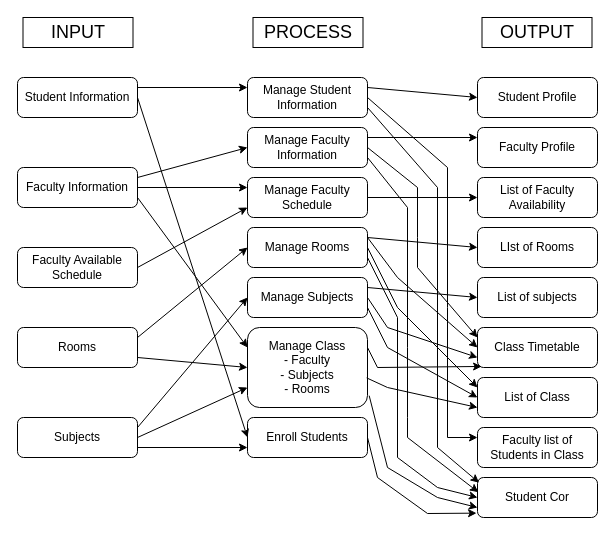
The draw.io diagram Conceptual frameswork Enrollment-Scheduling.drawio in gebeOCC/diagrams, before the edit. Source tidied: cells renumbered, new cells numbered last; positions are measured from the earlier drawing's top-left corner, leaving out a move shared by most shapes. Both pictures are drawn from the tidied source at 100%, with x=0, y=0 at pixel (17, 17).
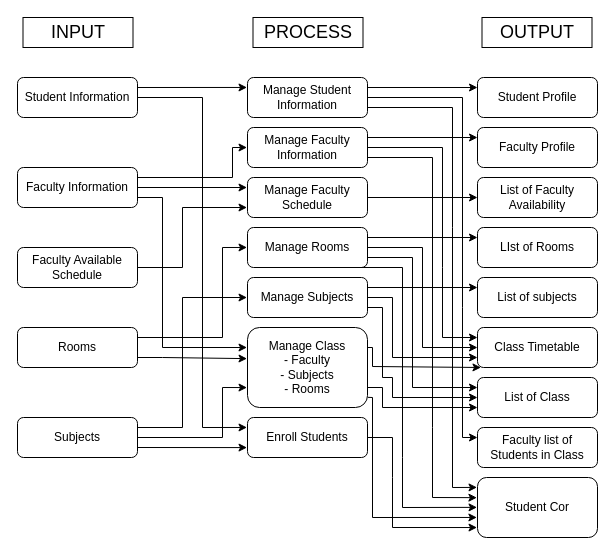
After the change.

The change refers to these unchanged cells:
```xml
<mxCell id="2" value="&lt;p align=&quot;center&quot; class=&quot;MsoNormal&quot;&gt;Student Information&lt;/p&gt;" style="rounded=1;whiteSpace=wrap;html=1;" parent="1" vertex="1">
  <mxGeometry y="60" width="120" height="40" as="geometry" />
</mxCell>
<mxCell id="3" value="&lt;p align=&quot;center&quot; class=&quot;MsoNormal&quot;&gt;Faculty Information&lt;/p&gt;" style="rounded=1;whiteSpace=wrap;html=1;" parent="1" vertex="1">
  <mxGeometry y="150" width="120" height="40" as="geometry" />
</mxCell>
<mxCell id="4" value="&lt;p align=&quot;center&quot; class=&quot;MsoNormal&quot;&gt;Subjects&lt;/p&gt;" style="rounded=1;whiteSpace=wrap;html=1;" parent="1" vertex="1">
  <mxGeometry y="400" width="120" height="40" as="geometry" />
</mxCell>
<mxCell id="5" value="&lt;p align=&quot;center&quot; class=&quot;MsoNormal&quot;&gt;Faculty Available Schedule&lt;/p&gt;" style="rounded=1;whiteSpace=wrap;html=1;" parent="1" vertex="1">
  <mxGeometry y="230" width="120" height="40" as="geometry" />
</mxCell>
<mxCell id="6" value="&lt;p align=&quot;center&quot; class=&quot;MsoNormal&quot;&gt;Rooms&lt;/p&gt;" style="rounded=1;whiteSpace=wrap;html=1;" parent="1" vertex="1">
  <mxGeometry y="310" width="120" height="40" as="geometry" />
</mxCell>
<mxCell id="7" value="&lt;p align=&quot;center&quot; class=&quot;MsoNormal&quot;&gt;Manage Student Information&lt;/p&gt;" style="rounded=1;whiteSpace=wrap;html=1;" parent="1" vertex="1">
  <mxGeometry x="230" y="60" width="120" height="40" as="geometry" />
</mxCell>
<mxCell id="8" value="&lt;p align=&quot;center&quot; class=&quot;MsoNormal&quot;&gt;Manage Faculty Information&lt;/p&gt;" style="rounded=1;whiteSpace=wrap;html=1;" parent="1" vertex="1">
  <mxGeometry x="230" y="110" width="120" height="40" as="geometry" />
</mxCell>
<mxCell id="9" value="&lt;p align=&quot;center&quot; class=&quot;MsoNormal&quot;&gt;Manage Faculty Schedule&lt;/p&gt;" style="rounded=1;whiteSpace=wrap;html=1;" parent="1" vertex="1">
  <mxGeometry x="230" y="160" width="120" height="40" as="geometry" />
</mxCell>
<mxCell id="10" value="&lt;p align=&quot;center&quot; class=&quot;MsoNormal&quot;&gt;Manage Class&lt;br&gt;- Faculty&lt;br&gt;- Subjects&lt;br&gt;- Rooms&lt;/p&gt;" style="rounded=1;whiteSpace=wrap;html=1;" parent="1" vertex="1">
  <mxGeometry x="230" y="310" width="120" height="80" as="geometry" />
</mxCell>
<mxCell id="11" value="&lt;p align=&quot;center&quot; class=&quot;MsoNormal&quot;&gt;Enroll Students&lt;/p&gt;" style="rounded=1;whiteSpace=wrap;html=1;" parent="1" vertex="1">
  <mxGeometry x="230" y="400" width="120" height="40" as="geometry" />
</mxCell>
<mxCell id="12" value="&lt;p align=&quot;center&quot; class=&quot;MsoNormal&quot;&gt;Manage Rooms&lt;/p&gt;" style="rounded=1;whiteSpace=wrap;html=1;" parent="1" vertex="1">
  <mxGeometry x="230" y="210" width="120" height="40" as="geometry" />
</mxCell>
<mxCell id="13" value="&lt;p align=&quot;center&quot; class=&quot;MsoNormal&quot;&gt;Manage Subjects&lt;/p&gt;" style="rounded=1;whiteSpace=wrap;html=1;" parent="1" vertex="1">
  <mxGeometry x="230" y="260" width="120" height="40" as="geometry" />
</mxCell>
<mxCell id="24" value="&lt;p align=&quot;center&quot; class=&quot;MsoNormal&quot;&gt;Student Profile&lt;/p&gt;" style="rounded=1;whiteSpace=wrap;html=1;" parent="1" vertex="1">
  <mxGeometry x="460" y="60" width="120" height="40" as="geometry" />
</mxCell>
<mxCell id="27" value="&lt;p align=&quot;center&quot; class=&quot;MsoNormal&quot;&gt;LIst of Rooms&lt;/p&gt;" style="rounded=1;whiteSpace=wrap;html=1;" parent="1" vertex="1">
  <mxGeometry x="460" y="210" width="120" height="40" as="geometry" />
</mxCell>
<mxCell id="28" value="&lt;p align=&quot;center&quot; class=&quot;MsoNormal&quot;&gt;List of subjects&lt;/p&gt;" style="rounded=1;whiteSpace=wrap;html=1;" parent="1" vertex="1">
  <mxGeometry x="460" y="260" width="120" height="40" as="geometry" />
</mxCell>
<mxCell id="29" value="&lt;p align=&quot;center&quot; class=&quot;MsoNormal&quot;&gt;Class Timetable&lt;/p&gt;" style="rounded=1;whiteSpace=wrap;html=1;" parent="1" vertex="1">
  <mxGeometry x="460" y="310" width="120" height="40" as="geometry" />
</mxCell>
<mxCell id="30" value="&lt;p align=&quot;center&quot; class=&quot;MsoNormal&quot;&gt;List of Class&lt;/p&gt;" style="rounded=1;whiteSpace=wrap;html=1;" parent="1" vertex="1">
  <mxGeometry x="460" y="360" width="120" height="40" as="geometry" />
</mxCell>
<mxCell id="31" value="&lt;p align=&quot;center&quot; class=&quot;MsoNormal&quot;&gt;Faculty list of Students in Class&lt;/p&gt;" style="rounded=1;whiteSpace=wrap;html=1;" parent="1" vertex="1">
  <mxGeometry x="460" y="410" width="120" height="40" as="geometry" />
</mxCell>
```

What changed in the source:
```diff
@@
-    <mxCell id="14" style="endArrow=classic;html=1;rounded=0;entryX=0;entryY=0.5;entryDx=0;entryDy=0;exitX=1;exitY=0.5;exitDx=0;exitDy=0;" parent="1" edge="1" source="2" target="11">
-      <mxGeometry relative="1" as="geometry" />
+    <mxCell id="14" style="endArrow=classic;html=1;rounded=0;entryX=-0.004;entryY=0.249;entryDx=0;entryDy=0;exitX=1;exitY=0.5;exitDx=0;exitDy=0;entryPerimeter=0;" parent="1" edge="1" source="2" target="11">
+      <mxGeometry relative="1" as="geometry">
+        <Array as="points">
+          <mxPoint x="185" y="80" />
+          <mxPoint x="185" y="410" />
+        </Array>
+      </mxGeometry>
     </mxCell>
-    <mxCell id="15" style="endArrow=classic;html=1;rounded=0;entryX=0;entryY=0.25;entryDx=0;entryDy=0;" parent="1" edge="1" source="3" target="9">
+    <mxCell id="15" style="endArrow=classic;html=1;rounded=0;entryX=-0.004;entryY=0.25;entryDx=0;entryDy=0;entryPerimeter=0;" parent="1" edge="1" source="3" target="9">
       <mxGeometry relative="1" as="geometry" />
     </mxCell>
-    <mxCell id="16" style="endArrow=classic;html=1;rounded=0;exitX=1;exitY=0.75;exitDx=0;exitDy=0;entryX=0;entryY=0.25;entryDx=0;entryDy=0;" parent="1" edge="1" source="3" target="10">
-      <mxGeometry relative="1" as="geometry" />
+    <mxCell id="16" style="endArrow=classic;html=1;rounded=0;exitX=1;exitY=0.75;exitDx=0;exitDy=0;entryX=-0.004;entryY=0.25;entryDx=0;entryDy=0;entryPerimeter=0;" parent="1" edge="1" source="3" target="10">
+      <mxGeometry relative="1" as="geometry">
+        <Array as="points">
+          <mxPoint x="145" y="180" />
+          <mxPoint x="145" y="330" />
+        </Array>
+      </mxGeometry>
     </mxCell>
-    <mxCell id="17" style="endArrow=classic;html=1;rounded=0;exitX=1;exitY=0.5;exitDx=0;exitDy=0;exitPerimeter=0;entryX=0;entryY=0.75;entryDx=0;entryDy=0;" parent="1" edge="1" source="4" target="10">
-      <mxGeometry relative="1" as="geometry" />
+    <mxCell id="17" style="endArrow=classic;html=1;rounded=0;exitX=1;exitY=0.5;exitDx=0;exitDy=0;exitPerimeter=0;entryX=-0.004;entryY=0.751;entryDx=0;entryDy=0;entryPerimeter=0;" parent="1" edge="1" source="4" target="10">
+      <mxGeometry relative="1" as="geometry">
+        <Array as="points">
+          <mxPoint x="205" y="420" />
+          <mxPoint x="205" y="370" />
+        </Array>
+      </mxGeometry>
     </mxCell>
-    <mxCell id="18" style="endArrow=classic;html=1;rounded=0;exitX=1;exitY=0.75;exitDx=0;exitDy=0;entryX=0;entryY=0.5;entryDx=0;entryDy=0;" parent="1" edge="1" source="6" target="10">
-      <mxGeometry relative="1" as="geometry" />
+    <mxCell id="18" style="endArrow=classic;html=1;rounded=0;exitX=1;exitY=0.75;exitDx=0;exitDy=0;entryX=-0.004;entryY=0.389;entryDx=0;entryDy=0;entryPerimeter=0;" parent="1" edge="1" source="6" target="10">
+      <mxGeometry relative="1" as="geometry">
+        <Array as="points">
+          <mxPoint x="145" y="340" />
+        </Array>
+      </mxGeometry>
     </mxCell>
-    <mxCell id="19" style="endArrow=classic;html=1;rounded=0;exitX=1;exitY=0.25;exitDx=0;exitDy=0;entryX=0;entryY=0.5;entryDx=0;entryDy=0;" parent="1" edge="1" source="3" target="8">
-      <mxGeometry relative="1" as="geometry" />
+    <mxCell id="19" style="endArrow=classic;html=1;rounded=0;exitX=1;exitY=0.25;exitDx=0;exitDy=0;entryX=-0.004;entryY=0.5;entryDx=0;entryDy=0;entryPerimeter=0;" parent="1" edge="1" source="3" target="8">
+      <mxGeometry relative="1" as="geometry">
+        <Array as="points">
+          <mxPoint x="215" y="160" />
+          <mxPoint x="215" y="130" />
+        </Array>
+      </mxGeometry>
     </mxCell>
-    <mxCell id="20" style="endArrow=classic;html=1;rounded=0;exitX=1;exitY=0.5;exitDx=0;exitDy=0;entryX=0;entryY=0.75;entryDx=0;entryDy=0;" parent="1" edge="1" source="5" target="9">
-      <mxGeometry relative="1" as="geometry" />
+    <mxCell id="20" style="endArrow=classic;html=1;rounded=0;exitX=1;exitY=0.5;exitDx=0;exitDy=0;entryX=-0.004;entryY=0.75;entryDx=0;entryDy=0;entryPerimeter=0;" parent="1" edge="1" source="5" target="9">
+      <mxGeometry relative="1" as="geometry">
+        <Array as="points">
+          <mxPoint x="165" y="250" />
+          <mxPoint x="165" y="190" />
+        </Array>
+      </mxGeometry>
     </mxCell>
-    <mxCell id="21" style="endArrow=classic;html=1;rounded=0;exitX=1;exitY=0.25;exitDx=0;exitDy=0;entryX=0;entryY=0.25;entryDx=0;entryDy=0;" parent="1" edge="1" source="2" target="7">
+    <mxCell id="21" style="endArrow=classic;html=1;rounded=0;exitX=1;exitY=0.25;exitDx=0;exitDy=0;entryX=-0.004;entryY=0.249;entryDx=0;entryDy=0;entryPerimeter=0;" parent="1" edge="1" source="2" target="7">
       <mxGeometry relative="1" as="geometry" />
     </mxCell>
-    <mxCell id="22" style="endArrow=classic;html=1;rounded=0;exitX=1;exitY=0.25;exitDx=0;exitDy=0;entryX=0;entryY=0.5;entryDx=0;entryDy=0;" parent="1" edge="1" source="6" target="12">
-      <mxGeometry relative="1" as="geometry" />
+    <mxCell id="22" style="endArrow=classic;html=1;rounded=0;exitX=1;exitY=0.25;exitDx=0;exitDy=0;entryX=-0.004;entryY=0.499;entryDx=0;entryDy=0;entryPerimeter=0;" parent="1" edge="1" source="6" target="12">
+      <mxGeometry relative="1" as="geometry">
+        <Array as="points">
+          <mxPoint x="205" y="320" />
+          <mxPoint x="205" y="230" />
+        </Array>
+      </mxGeometry>
     </mxCell>
-    <mxCell id="23" style="endArrow=classic;html=1;rounded=0;exitX=1;exitY=0.25;exitDx=0;exitDy=0;entryX=0;entryY=0.5;entryDx=0;entryDy=0;" parent="1" edge="1" source="4" target="13">
-      <mxGeometry relative="1" as="geometry" />
+    <mxCell id="23" style="endArrow=classic;html=1;rounded=0;exitX=1;exitY=0.25;exitDx=0;exitDy=0;entryX=-0.004;entryY=0.5;entryDx=0;entryDy=0;entryPerimeter=0;" parent="1" edge="1" source="4" target="13">
+      <mxGeometry relative="1" as="geometry">
+        <Array as="points">
+          <mxPoint x="165" y="410" />
+          <mxPoint x="165" y="280" />
+        </Array>
+      </mxGeometry>
     </mxCell>
@@
-    <mxCell id="32" style="endArrow=classic;html=1;rounded=0;exitX=1;exitY=0.75;exitDx=0;exitDy=0;entryX=0;entryY=0.75;entryDx=0;entryDy=0;" parent="1" edge="1" source="4" target="11">
+    <mxCell id="32" style="endArrow=classic;html=1;rounded=0;exitX=1;exitY=0.75;exitDx=0;exitDy=0;entryX=-0.004;entryY=0.752;entryDx=0;entryDy=0;entryPerimeter=0;" parent="1" edge="1" source="4" target="11">
       <mxGeometry relative="1" as="geometry" />
     </mxCell>
     <mxCell id="33" value="&lt;p align=&quot;center&quot; class=&quot;MsoNormal&quot;&gt;Student Cor&lt;/p&gt;" style="rounded=1;whiteSpace=wrap;html=1;" parent="1" vertex="1">
-      <mxGeometry x="460" y="460" width="120" height="40" as="geometry" />
+      <mxGeometry x="460" y="460" width="120" height="60" as="geometry" />
     </mxCell>
-    <mxCell id="34" style="endArrow=classic;html=1;rounded=0;exitX=1;exitY=0.25;exitDx=0;exitDy=0;entryX=0;entryY=0.5;entryDx=0;entryDy=0;" parent="1" edge="1" source="7" target="24">
+    <mxCell id="34" style="endArrow=classic;html=1;rounded=0;exitX=1;exitY=0.25;exitDx=0;exitDy=0;entryX=0;entryY=0.25;entryDx=0;entryDy=0;" parent="1" edge="1" source="7" target="24">
       <mxGeometry relative="1" as="geometry" />
     </mxCell>
     <mxCell id="35" style="endArrow=classic;html=1;rounded=0;exitX=1;exitY=0.5;exitDx=0;exitDy=0;entryX=0;entryY=0.25;entryDx=0;entryDy=0;" parent="1" edge="1" source="7" target="31">
       <mxGeometry relative="1" as="geometry">
         <Array as="points">
-          <mxPoint x="430" y="150" />
-          <mxPoint x="430" y="290" />
-          <mxPoint x="430" y="420" />
+          <mxPoint x="445" y="80" />
+          <mxPoint x="445" y="180" />
+          <mxPoint x="445" y="290" />
+          <mxPoint x="445" y="420" />
         </Array>
       </mxGeometry>
     </mxCell>
-    <mxCell id="36" style="endArrow=classic;html=1;rounded=0;entryX=0.013;entryY=0.129;entryDx=0;entryDy=0;entryPerimeter=0;" parent="1" edge="1" target="33">
+    <mxCell id="36" style="endArrow=classic;html=1;rounded=0;entryX=-0.004;entryY=0.165;entryDx=0;entryDy=0;entryPerimeter=0;" parent="1" edge="1" target="33">
       <mxGeometry relative="1" as="geometry">
         <mxPoint x="350" y="90" as="sourcePoint" />
         <Array as="points">
-          <mxPoint x="420" y="170" />
-          <mxPoint x="420" y="330" />
-          <mxPoint x="420" y="430" />
+          <mxPoint x="435" y="90" />
+          <mxPoint x="435" y="210" />
+          <mxPoint x="435" y="330" />
+          <mxPoint x="435" y="470" />
         </Array>
       </mxGeometry>
     </mxCell>
     <mxCell id="37" style="endArrow=classic;html=1;rounded=0;exitX=1;exitY=0.5;exitDx=0;exitDy=0;entryX=0;entryY=0.25;entryDx=0;entryDy=0;" parent="1" edge="1" source="8" target="29">
       <mxGeometry relative="1" as="geometry">
         <Array as="points">
-          <mxPoint x="400" y="170" />
-          <mxPoint x="400" y="220" />
-          <mxPoint x="400" y="250" />
+          <mxPoint x="425" y="130" />
+          <mxPoint x="425" y="220" />
+          <mxPoint x="425" y="250" />
+          <mxPoint x="425" y="320" />
         </Array>
       </mxGeometry>
     </mxCell>
@@
-    <mxCell id="39" style="endArrow=classic;html=1;rounded=0;exitX=1;exitY=0.75;exitDx=0;exitDy=0;entryX=0.007;entryY=0.367;entryDx=0;entryDy=0;entryPerimeter=0;" parent="1" edge="1" source="8" target="33">
+    <mxCell id="39" style="endArrow=classic;html=1;rounded=0;exitX=1;exitY=0.75;exitDx=0;exitDy=0;entryX=-0.005;entryY=0.336;entryDx=0;entryDy=0;entryPerimeter=0;" parent="1" edge="1" source="8" target="33">
       <mxGeometry relative="1" as="geometry">
         <Array as="points">
-          <mxPoint x="390" y="190" />
-          <mxPoint x="390" y="330" />
-          <mxPoint x="390" y="400" />
-          <mxPoint x="390" y="420" />
+          <mxPoint x="415" y="140" />
+          <mxPoint x="415" y="340" />
+          <mxPoint x="415" y="410" />
+          <mxPoint x="415" y="480" />
         </Array>
       </mxGeometry>
     </mxCell>
@@
-    <mxCell id="41" style="endArrow=classic;html=1;rounded=0;exitX=1;exitY=0.25;exitDx=0;exitDy=0;entryX=0;entryY=0.5;entryDx=0;entryDy=0;" parent="1" edge="1" source="12" target="27">
+    <mxCell id="41" style="endArrow=classic;html=1;rounded=0;exitX=1;exitY=0.25;exitDx=0;exitDy=0;entryX=0;entryY=0.25;entryDx=0;entryDy=0;" parent="1" edge="1" source="12" target="27">
       <mxGeometry relative="1" as="geometry" />
     </mxCell>
-    <mxCell id="42" style="endArrow=classic;html=1;rounded=0;exitX=1;exitY=0.25;exitDx=0;exitDy=0;entryX=0;entryY=0.5;entryDx=0;entryDy=0;" parent="1" edge="1" source="12" target="29">
+    <mxCell id="42" style="endArrow=classic;html=1;rounded=0;exitX=1;exitY=0.5;exitDx=0;exitDy=0;entryX=0;entryY=0.5;entryDx=0;entryDy=0;" parent="1" edge="1" source="12" target="29">
       <mxGeometry relative="1" as="geometry">
         <Array as="points">
-          <mxPoint x="380" y="260" />
+          <mxPoint x="405" y="230" />
+          <mxPoint x="405" y="330" />
         </Array>
       </mxGeometry>
     </mxCell>
-    <mxCell id="43" style="endArrow=classic;html=1;rounded=0;exitX=1;exitY=0.5;exitDx=0;exitDy=0;entryX=0;entryY=0.25;entryDx=0;entryDy=0;" parent="1" edge="1" source="12" target="30">
+    <mxCell id="43" style="endArrow=classic;html=1;rounded=0;exitX=1;exitY=0.75;exitDx=0;exitDy=0;entryX=0;entryY=0.25;entryDx=0;entryDy=0;" parent="1" edge="1" source="12" target="30">
       <mxGeometry relative="1" as="geometry">
         <Array as="points">
-          <mxPoint x="380" y="290" />
+          <mxPoint x="395" y="240" />
+          <mxPoint x="395" y="370" />
         </Array>
       </mxGeometry>
     </mxCell>
-    <mxCell id="44" style="endArrow=classic;html=1;rounded=0;exitX=1;exitY=0.75;exitDx=0;exitDy=0;entryX=0;entryY=0.5;entryDx=0;entryDy=0;" parent="1" edge="1" source="12" target="33">
+    <mxCell id="44" style="endArrow=classic;html=1;rounded=0;entryX=-0.004;entryY=0.498;entryDx=0;entryDy=0;exitX=0.929;exitY=1;exitDx=0;exitDy=0;exitPerimeter=0;entryPerimeter=0;" parent="1" edge="1" source="12" target="33">
       <mxGeometry relative="1" as="geometry">
         <Array as="points">
-          <mxPoint x="380" y="300" />
-          <mxPoint x="380" y="440" />
-          <mxPoint x="420" y="470" />
+          <mxPoint x="385" y="250" />
+          <mxPoint x="385" y="440" />
+          <mxPoint x="385" y="490" />
         </Array>
       </mxGeometry>
     </mxCell>
-    <mxCell id="45" style="endArrow=classic;html=1;rounded=0;exitX=1;exitY=0.25;exitDx=0;exitDy=0;entryX=0;entryY=0.5;entryDx=0;entryDy=0;" parent="1" edge="1" source="13" target="28">
+    <mxCell id="45" style="endArrow=classic;html=1;rounded=0;entryX=0;entryY=0.25;entryDx=0;entryDy=0;exitX=1;exitY=0.25;exitDx=0;exitDy=0;" parent="1" edge="1" source="13" target="28">
       <mxGeometry relative="1" as="geometry" />
     </mxCell>
     <mxCell id="46" style="endArrow=classic;html=1;rounded=0;exitX=1;exitY=0.5;exitDx=0;exitDy=0;" parent="1" edge="1" source="13">
       <mxGeometry relative="1" as="geometry">
         <mxPoint x="460" y="340" as="targetPoint" />
         <Array as="points">
-          <mxPoint x="370" y="310" />
+          <mxPoint x="375" y="280" />
+          <mxPoint x="375" y="340" />
         </Array>
       </mxGeometry>
     </mxCell>
     <mxCell id="47" style="endArrow=classic;html=1;rounded=0;exitX=1;exitY=0.75;exitDx=0;exitDy=0;entryX=0;entryY=0.5;entryDx=0;entryDy=0;" parent="1" edge="1" source="13" target="30">
       <mxGeometry relative="1" as="geometry">
         <Array as="points">
-          <mxPoint x="370" y="330" />
+          <mxPoint x="365" y="290" />
+          <mxPoint x="365" y="360" />
+          <mxPoint x="375" y="360" />
+          <mxPoint x="375" y="380" />
         </Array>
       </mxGeometry>
     </mxCell>
-    <mxCell id="48" style="endArrow=classic;html=1;rounded=0;exitX=1;exitY=0.25;exitDx=0;exitDy=0;entryX=0.034;entryY=0.974;entryDx=0;entryDy=0;entryPerimeter=0;" parent="1" edge="1" source="10" target="29">
+    <mxCell id="48" style="endArrow=classic;html=1;rounded=0;exitX=1;exitY=0.25;exitDx=0;exitDy=0;entryX=0.029;entryY=1;entryDx=0;entryDy=0;entryPerimeter=0;" parent="1" edge="1" source="10" target="29">
       <mxGeometry relative="1" as="geometry">
         <Array as="points">
-          <mxPoint x="360" y="350" />
+          <mxPoint x="355" y="330" />
+          <mxPoint x="355" y="349" />
         </Array>
       </mxGeometry>
     </mxCell>
-    <mxCell id="49" style="endArrow=classic;html=1;rounded=0;exitX=0.993;exitY=0.63;exitDx=0;exitDy=0;exitPerimeter=0;entryX=0;entryY=0.75;entryDx=0;entryDy=0;" parent="1" edge="1" source="10" target="30">
+    <mxCell id="49" style="endArrow=classic;html=1;rounded=0;exitX=1;exitY=0.75;exitDx=0;exitDy=0;entryX=0;entryY=0.75;entryDx=0;entryDy=0;" parent="1" edge="1" source="10" target="30">
       <mxGeometry relative="1" as="geometry">
         <Array as="points">
-          <mxPoint x="370" y="370" />
+          <mxPoint x="365" y="370" />
+          <mxPoint x="365" y="390" />
         </Array>
       </mxGeometry>
     </mxCell>
-    <mxCell id="50" style="endArrow=classic;html=1;rounded=0;exitX=1.014;exitY=0.852;exitDx=0;exitDy=0;exitPerimeter=0;entryX=0;entryY=0.75;entryDx=0;entryDy=0;" parent="1" edge="1" source="10" target="33">
+    <mxCell id="50" style="endArrow=classic;html=1;rounded=0;exitX=1.002;exitY=0.873;exitDx=0;exitDy=0;exitPerimeter=0;entryX=-0.005;entryY=0.666;entryDx=0;entryDy=0;entryPerimeter=0;" parent="1" edge="1" source="10" target="33">
       <mxGeometry relative="1" as="geometry">
         <Array as="points">
-          <mxPoint x="370" y="450" />
-          <mxPoint x="420" y="480" />
+          <mxPoint x="355" y="380" />
+          <mxPoint x="355" y="500" />
         </Array>
       </mxGeometry>
     </mxCell>
-    <mxCell id="51" style="endArrow=classic;html=1;rounded=0;exitX=1;exitY=0.5;exitDx=0;exitDy=0;entryX=-0.008;entryY=0.891;entryDx=0;entryDy=0;entryPerimeter=0;" parent="1" edge="1" source="11" target="33">
+    <mxCell id="51" style="endArrow=classic;html=1;rounded=0;exitX=1;exitY=0.5;exitDx=0;exitDy=0;entryX=-0.004;entryY=0.834;entryDx=0;entryDy=0;entryPerimeter=0;" parent="1" edge="1" source="11" target="33">
       <mxGeometry relative="1" as="geometry">
         <Array as="points">
-          <mxPoint x="360" y="460" />
-          <mxPoint x="410" y="496" />
+          <mxPoint x="375" y="420" />
+          <mxPoint x="375" y="460" />
+          <mxPoint x="375" y="510" />
         </Array>
       </mxGeometry>
     </mxCell>
```
